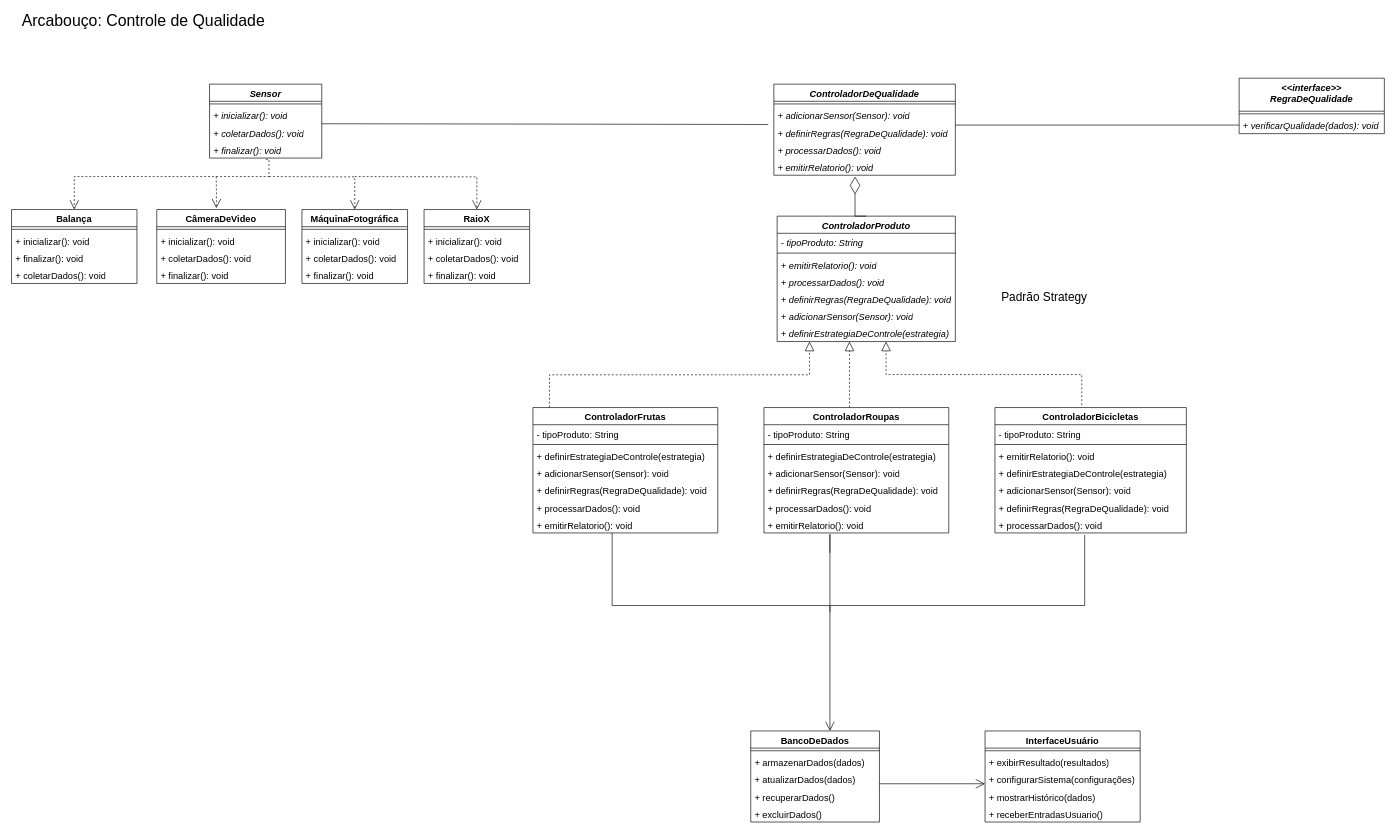
This is frameworkPOO.drawio from SamanthaMiyahira/POO_coursera, a draw.io file, before an edit. Source tidied: cells renumbered, new cells numbered last; positions are measured from the earlier drawing's top-left corner, leaving out a move shared by most shapes. Both pictures are drawn from the tidied source at 66%, with x=0, y=0 at pixel (11, 11).
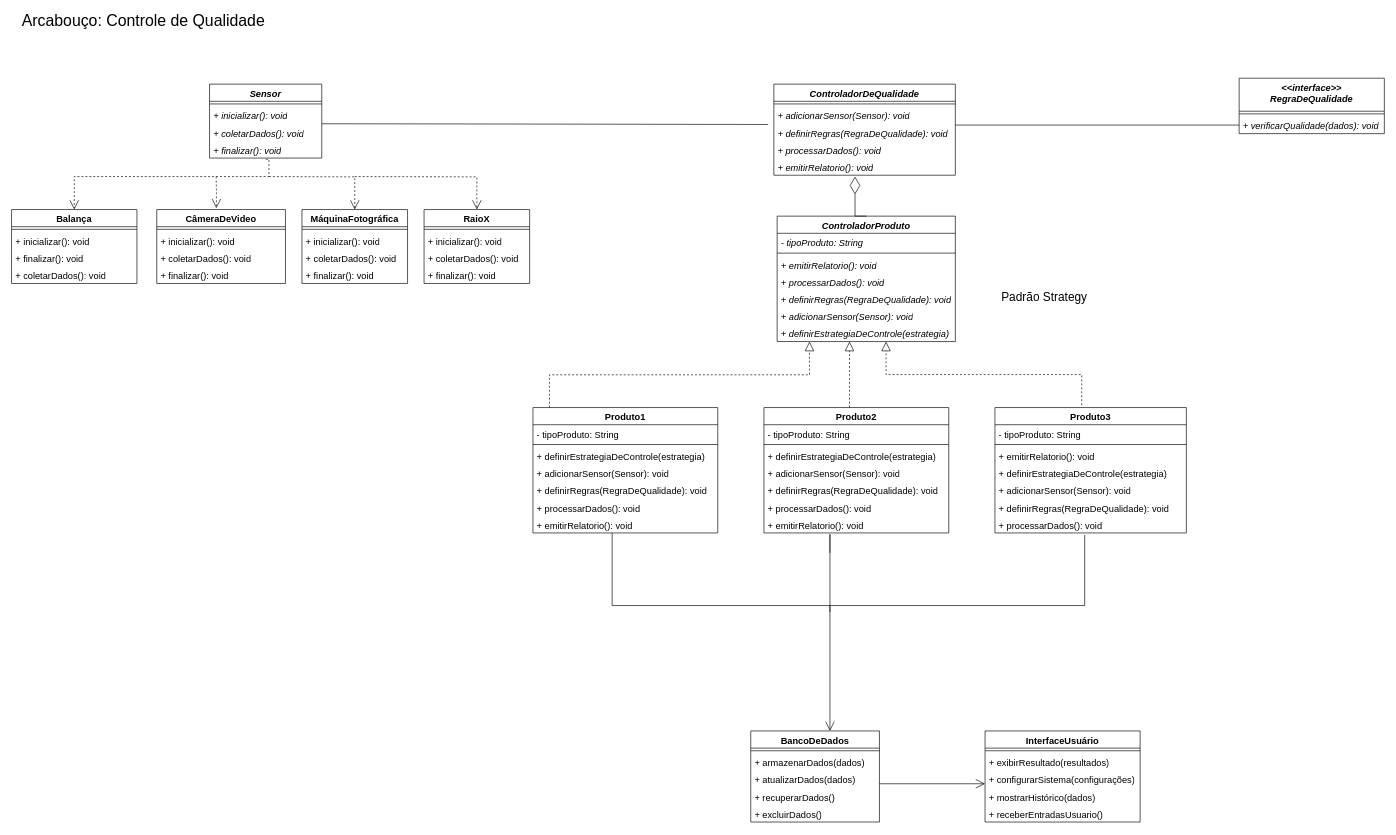
The same page after the edit.

Diff of the diagram source:
```diff
@@
-    <mxCell id="22" value="&lt;font style=&quot;font-size: 14px;&quot;&gt;ControladorFrutas&lt;/font&gt;" style="swimlane;fontStyle=1;align=center;verticalAlign=top;horizontal=1;startSize=26;whiteSpace=wrap;html=1;" parent="1" vertex="1">
+    <mxCell id="22" value="&lt;font style=&quot;font-size: 14px;&quot;&gt;Produto1&lt;/font&gt;" style="swimlane;fontStyle=1;align=center;verticalAlign=top;horizontal=1;startSize=26;whiteSpace=wrap;html=1;" parent="1" vertex="1">
       <mxGeometry x="790" y="600" width="280" height="190" as="geometry" />
     </mxCell>
@@
-    <mxCell id="30" value="&lt;font style=&quot;font-size: 14px;&quot;&gt;ControladorRoupas&lt;/font&gt;" style="swimlane;fontStyle=1;align=center;verticalAlign=top;horizontal=1;startSize=26;whiteSpace=wrap;html=1;" parent="1" vertex="1">
+    <mxCell id="30" value="&lt;font style=&quot;font-size: 14px;&quot;&gt;Produto2&lt;/font&gt;" style="swimlane;fontStyle=1;align=center;verticalAlign=top;horizontal=1;startSize=26;whiteSpace=wrap;html=1;" parent="1" vertex="1">
       <mxGeometry x="1140" y="600" width="280" height="190" as="geometry" />
     </mxCell>
@@
-    <mxCell id="38" value="&lt;font style=&quot;font-size: 14px;&quot;&gt;ControladorBicicletas&lt;/font&gt;" style="swimlane;fontStyle=1;align=center;verticalAlign=top;horizontal=1;startSize=26;whiteSpace=wrap;html=1;" parent="1" vertex="1">
+    <mxCell id="38" value="&lt;font style=&quot;font-size: 14px;&quot;&gt;Produto3&lt;/font&gt;" style="swimlane;fontStyle=1;align=center;verticalAlign=top;horizontal=1;startSize=26;whiteSpace=wrap;html=1;" parent="1" vertex="1">
       <mxGeometry x="1490" y="600" width="290" height="190" as="geometry" />
     </mxCell>
```
